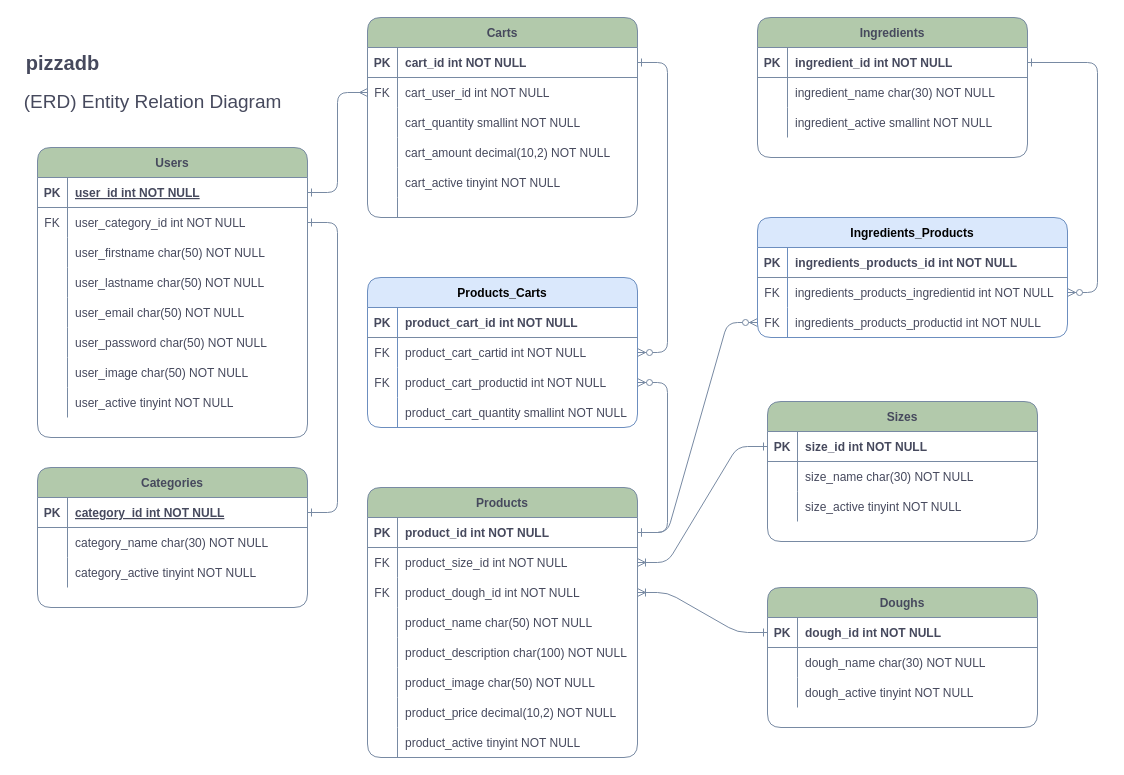
Earlier version of the draw.io diagram Docs/diagrams/erd/pizzadb_erd.drawio (fvignoles/grupo_05_e-pizza). Source tidied: cells renumbered, new cells numbered last; positions are measured from the earlier drawing's top-left corner, leaving out a move shared by most shapes. Both pictures are drawn from the tidied source at 100%, with x=0, y=0 at pixel (17, 17).
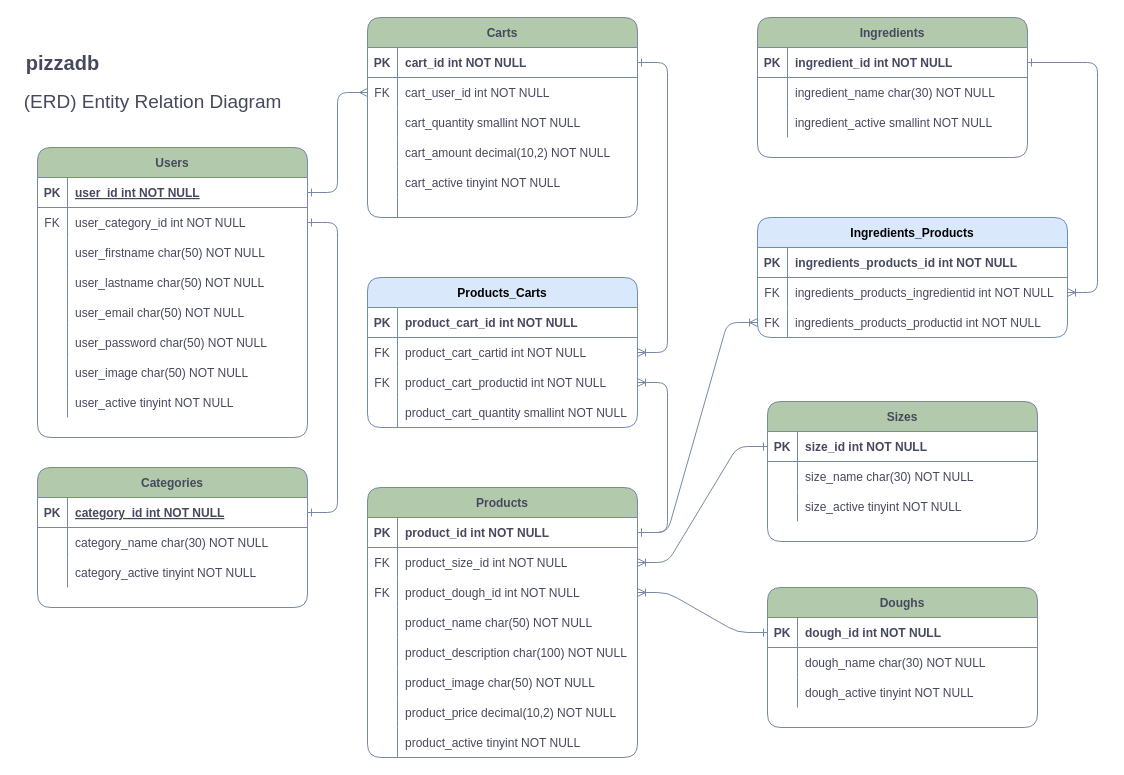
The same page after the edit.

The change refers to these unchanged cells:
```xml
<mxCell id="14" style="shape=partialRectangle;fillColor=none;points=[[0,0.5],[1,0.5]];portConstraint=eastwest;top=0;left=0;right=0;bottom=1;rounded=1;strokeColor=#788AA3;fontColor=#46495D;" parent="13" vertex="1">
  <mxGeometry y="30" width="270" height="30" as="geometry" />
</mxCell>
<mxCell id="51" style="shape=partialRectangle;fillColor=none;points=[[0,0.5],[1,0.5]];portConstraint=eastwest;top=0;left=0;right=0;bottom=1;rounded=1;strokeColor=#788AA3;fontColor=#46495D;" parent="50" vertex="1">
  <mxGeometry y="30" width="270" height="30" as="geometry" />
</mxCell>
<mxCell id="100" style="shape=partialRectangle;fillColor=none;points=[[0,0.5],[1,0.5]];portConstraint=eastwest;top=0;left=0;right=0;bottom=1;rounded=1;strokeColor=#788AA3;fontColor=#46495D;" parent="99" vertex="1">
  <mxGeometry y="30" width="270" height="30" as="geometry" />
</mxCell>
<mxCell id="123" style="shape=partialRectangle;fillColor=none;top=0;left=0;bottom=0;right=0;points=[[0,0.5],[1,0.5]];portConstraint=eastwest;verticalAlign=middle;rounded=1;strokeColor=#788AA3;fontColor=#46495D;" parent="119" vertex="1">
  <mxGeometry y="60" width="270" height="30" as="geometry" />
</mxCell>
<mxCell id="126" style="shape=partialRectangle;fillColor=none;top=0;left=0;bottom=0;right=0;points=[[0,0.5],[1,0.5]];portConstraint=eastwest;rounded=0;sketch=0;fontSize=12;fontColor=#46495D;strokeColor=#788AA3;" parent="119" vertex="1">
  <mxGeometry y="90" width="270" height="30" as="geometry" />
</mxCell>
<mxCell id="138" style="shape=partialRectangle;fillColor=none;top=0;left=0;bottom=0;right=0;points=[[0,0.5],[1,0.5]];portConstraint=eastwest;verticalAlign=middle;rounded=1;strokeColor=#788AA3;fontColor=#46495D;" parent="134" vertex="1">
  <mxGeometry y="60" width="310" height="30" as="geometry" />
</mxCell>
<mxCell id="141" style="shape=partialRectangle;fillColor=none;top=0;left=0;bottom=0;right=0;points=[[0,0.5],[1,0.5]];portConstraint=eastwest;rounded=0;sketch=0;fontSize=12;fontColor=#46495D;strokeColor=#788AA3;" parent="134" vertex="1">
  <mxGeometry y="90" width="310" height="30" as="geometry" />
</mxCell>
```

The edit, as a diff of the source:
```diff
@@
-    <mxCell id="60" style="edgeStyle=entityRelationEdgeStyle;endArrow=ERzeroToMany;startArrow=ERone;endFill=1;startFill=0;strokeColor=#788AA3;fontColor=#46495D;jumpStyle=arc;rounded=1;" parent="1" edge="1" source="14" target="141">
+    <mxCell id="60" style="edgeStyle=entityRelationEdgeStyle;endArrow=ERoneToMany;startArrow=ERone;endFill=0;startFill=0;strokeColor=#788AA3;fontColor=#46495D;jumpStyle=arc;rounded=1;" parent="1" edge="1" source="14" target="141">
       <mxGeometry relative="1" as="geometry" />
     </mxCell>
@@
-    <mxCell id="132" style="edgeStyle=entityRelationEdgeStyle;endArrow=ERzeroToMany;startArrow=ERone;endFill=1;startFill=0;strokeColor=#788AA3;fontColor=#46495D;rounded=1;" parent="1" edge="1" source="100" target="123">
+    <mxCell id="132" style="edgeStyle=entityRelationEdgeStyle;endArrow=ERoneToMany;startArrow=ERone;endFill=0;startFill=0;strokeColor=#788AA3;fontColor=#46495D;rounded=1;" parent="1" edge="1" source="100" target="123">
       <mxGeometry relative="1" as="geometry" />
     </mxCell>
-    <mxCell id="133" style="edgeStyle=entityRelationEdgeStyle;endArrow=ERzeroToMany;startArrow=ERone;endFill=1;startFill=0;strokeColor=#788AA3;fontColor=#46495D;rounded=1;jumpStyle=arc;" parent="1" edge="1" source="14" target="126">
+    <mxCell id="133" style="edgeStyle=entityRelationEdgeStyle;endArrow=ERoneToMany;startArrow=ERone;endFill=0;startFill=0;strokeColor=#788AA3;fontColor=#46495D;rounded=1;jumpStyle=arc;" parent="1" edge="1" source="14" target="126">
       <mxGeometry relative="1" as="geometry" />
     </mxCell>
@@
-    <mxCell id="144" style="edgeStyle=entityRelationEdgeStyle;endArrow=ERzeroToMany;startArrow=ERone;endFill=1;startFill=0;strokeColor=#788AA3;fontColor=#46495D;jumpStyle=arc;rounded=1;" parent="1" edge="1" source="51" target="138">
+    <mxCell id="144" style="edgeStyle=entityRelationEdgeStyle;endArrow=ERoneToMany;startArrow=ERone;endFill=0;startFill=0;strokeColor=#788AA3;fontColor=#46495D;jumpStyle=arc;rounded=1;" parent="1" edge="1" source="51" target="138">
       <mxGeometry relative="1" as="geometry" />
     </mxCell>
```
